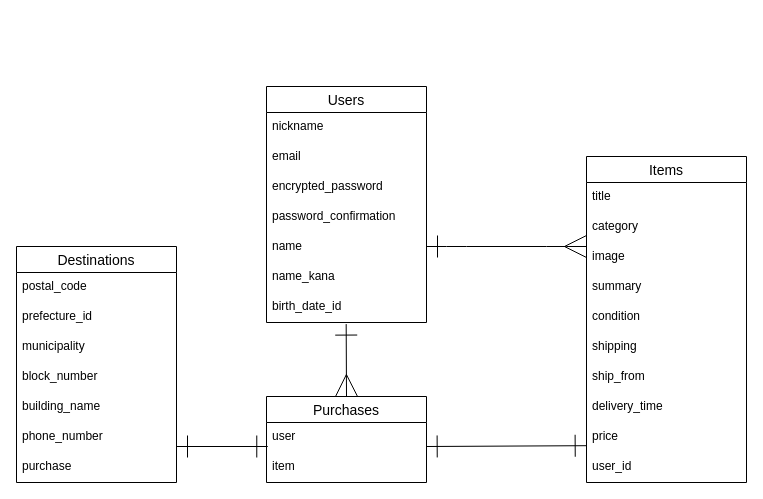
Before: furima.dio in koala5656/furima-39948, a draw.io diagram. Source tidied: cells renumbered, new cells numbered last; positions are measured from the earlier drawing's top-left corner, leaving out a move shared by most shapes. Both pictures are drawn from the tidied source at 100%, with x=0, y=0 at pixel (16, 86).
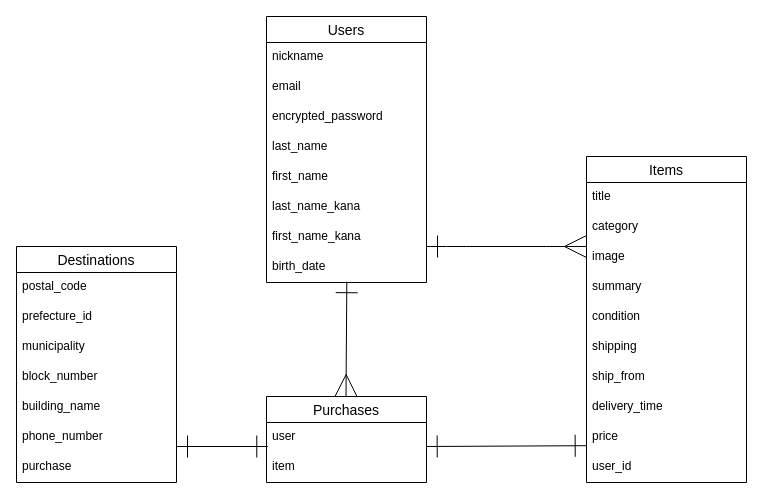
The same diagram, later.

Commit message (it also covers changes not shown here):
ER図、README修正２

The change refers to these unchanged cells:
```xml
<mxCell id="21" value="Purchases" style="swimlane;fontStyle=0;horizontal=1;startSize=26;align=center;fontSize=14;" parent="1" vertex="1">
  <mxGeometry x="250" y="310" width="160" height="86" as="geometry" />
</mxCell>
```

What changed in the source:
```diff
@@
     <mxCell id="2" value="Users" style="swimlane;fontStyle=0;horizontal=1;startSize=26;align=center;fontSize=14;" parent="1" vertex="1">
-      <mxGeometry x="250" width="160" height="236" as="geometry" />
+      <mxGeometry x="250" y="-70" width="160" height="266" as="geometry" />
     </mxCell>
@@
-    <mxCell id="6" value="password_confirmation&#10;" style="text;strokeColor=none;fillColor=none;spacingLeft=4;spacingRight=4;overflow=hidden;fontSize=12;" parent="2" vertex="1">
-      <mxGeometry y="116" width="160" height="30" as="geometry" />
-    </mxCell>
-    <mxCell id="7" value="name" style="text;strokeColor=none;fillColor=none;spacingLeft=4;spacingRight=4;overflow=hidden;fontSize=12;" parent="2" vertex="1">
-      <mxGeometry y="146" width="160" height="30" as="geometry" />
+    <mxCell id="7" value="last_name" style="text;strokeColor=none;fillColor=none;spacingLeft=4;spacingRight=4;overflow=hidden;fontSize=12;" parent="2" vertex="1">
+      <mxGeometry y="116" width="160" height="30" as="geometry" />
     </mxCell>
-    <mxCell id="8" value="name_kana" style="text;strokeColor=none;fillColor=none;spacingLeft=4;spacingRight=4;overflow=hidden;fontSize=12;" parent="2" vertex="1">
-      <mxGeometry y="176" width="160" height="30" as="geometry" />
+    <mxCell id="8" value="first_name&#10;" style="text;strokeColor=none;fillColor=none;spacingLeft=4;spacingRight=4;overflow=hidden;fontSize=12;" parent="2" vertex="1">
+      <mxGeometry y="146" width="160" height="30" as="geometry" />
     </mxCell>
-    <mxCell id="9" value="birth_date_id" style="text;strokeColor=none;fillColor=none;spacingLeft=4;spacingRight=4;overflow=hidden;points=[[0,0.5],[1,0.5]];portConstraint=eastwest;fontSize=12;" parent="2" vertex="1">
-      <mxGeometry y="206" width="160" height="30" as="geometry" />
+    <mxCell id="9" value="last_name_kana" style="text;strokeColor=none;fillColor=none;spacingLeft=4;spacingRight=4;overflow=hidden;points=[[0,0.5],[1,0.5]];portConstraint=eastwest;fontSize=12;" parent="2" vertex="1">
+      <mxGeometry y="176" width="160" height="30" as="geometry" />
     </mxCell>
+    <mxCell id="36" value="first_name_kana" style="text;strokeColor=none;fillColor=none;spacingLeft=4;spacingRight=4;overflow=hidden;fontSize=12;" parent="2" vertex="1">
+      <mxGeometry y="206" width="160" height="30" as="geometry" />
+    </mxCell>
+    <mxCell id="37" value="birth_date" style="text;strokeColor=none;fillColor=none;spacingLeft=4;spacingRight=4;overflow=hidden;points=[[0,0.5],[1,0.5]];portConstraint=eastwest;fontSize=12;" parent="2" vertex="1">
+      <mxGeometry y="236" width="160" height="30" as="geometry" />
+    </mxCell>
@@
-    <mxCell id="33" style="fontSize=12;html=1;endArrow=ERmany;rounded=1;startSize=20;endSize=20;sourcePerimeterSpacing=5;targetPerimeterSpacing=5;entryX=0.5;entryY=0;entryDx=0;entryDy=0;startArrow=ERone;startFill=0;exitX=0.498;exitY=1.053;exitDx=0;exitDy=0;exitPerimeter=0;" parent="1" edge="1" source="9" target="21">
-      <mxGeometry relative="1" as="geometry" />
-    </mxCell>
@@
+    <mxCell id="38" style="fontSize=12;html=1;endArrow=ERmany;exitX=0.502;exitY=0.973;exitDx=0;exitDy=0;exitPerimeter=0;endSize=20;startSize=20;targetPerimeterSpacing=5;sourcePerimeterSpacing=5;startArrow=ERone;startFill=0;" parent="1" edge="1" source="37">
+      <mxGeometry relative="1" as="geometry">
+        <mxPoint x="329.5" y="310" as="targetPoint" />
+      </mxGeometry>
+    </mxCell>
```
